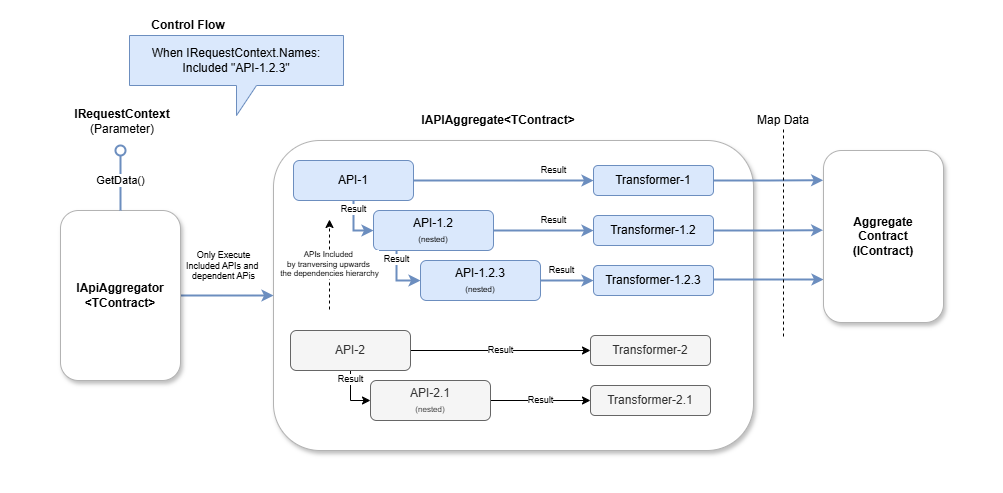
This is Images/ApiAggregator.ControlFlow.png from CodeShayk/ApiAggregator, a draw.io export, as it was before one commit. Source tidied: cells renumbered, new cells last; positions are measured from the earlier drawing's top-left corner, leaving out a move shared by most shapes.
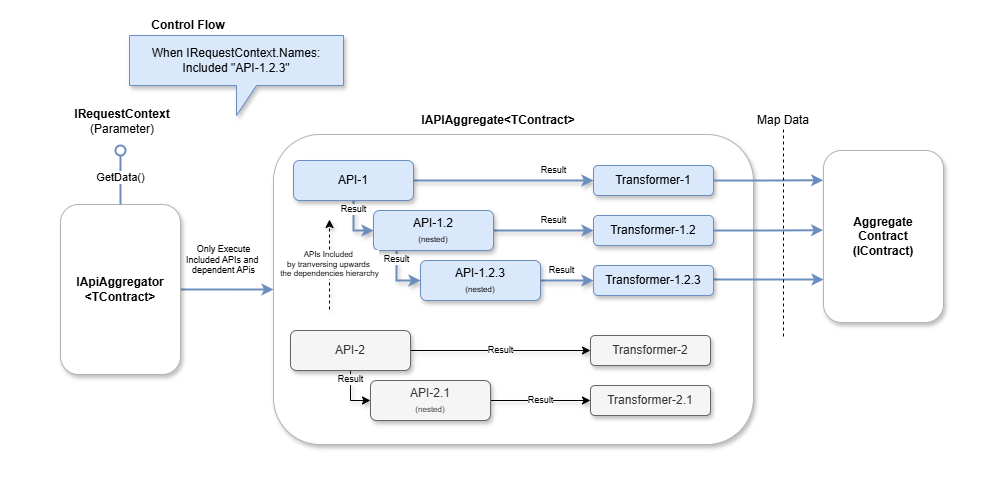
Later version of the same file.

The edit, as a diff of the source:
```diff
@@ -3,43 +3,43 @@
     <mxCell id="0" />
     <mxCell id="1" parent="0" />
     <mxCell id="2" style="rounded=1;whiteSpace=wrap;html=1;strokeColor=#B3B3B3;shadow=1;" parent="1" vertex="1">
-      <mxGeometry x="273" y="140" width="480" height="310" as="geometry" />
+      <mxGeometry x="273" y="134" width="480" height="310" as="geometry" />
     </mxCell>
     <mxCell id="3" value="IAPIAggregate&amp;lt;TContract&amp;gt;" style="text;html=1;align=center;verticalAlign=middle;whiteSpace=wrap;rounded=0;fontStyle=1;" parent="1" vertex="1">
       <mxGeometry x="443" y="105" width="110" height="30" as="geometry" />
     </mxCell>
-    <mxCell id="4" value="Result" style="edgeStyle=orthogonalEdgeStyle;rounded=0;jettySize=auto;html=1;fillColor=#dae8fc;strokeColor=#6c8ebf;strokeWidth=2;fontSize=9;" parent="1" edge="1" source="6" target="7">
+    <mxCell id="4" value="Result" style="edgeStyle=orthogonalEdgeStyle;rounded=0;jettySize=auto;html=1;fillColor=#dae8fc;strokeColor=#6c8ebf;strokeWidth=2;fontSize=9;shadow=1;" parent="1" edge="1" source="6" target="7">
       <mxGeometry x="0.56" y="10" relative="1" as="geometry" />
     </mxCell>
-    <mxCell id="5" value="Result" style="edgeStyle=orthogonalEdgeStyle;rounded=0;jettySize=auto;html=1;entryX=0;entryY=0.5;entryDx=0;entryDy=0;fillColor=#dae8fc;strokeColor=#6c8ebf;strokeWidth=2;fontSize=9;" parent="1" edge="1" source="6" target="10">
+    <mxCell id="5" value="Result" style="edgeStyle=orthogonalEdgeStyle;rounded=0;jettySize=auto;html=1;entryX=0;entryY=0.5;entryDx=0;entryDy=0;fillColor=#dae8fc;strokeColor=#6c8ebf;strokeWidth=2;fontSize=9;shadow=1;" parent="1" edge="1" source="6" target="10">
       <mxGeometry x="-0.64" relative="1" as="geometry">
         <Array as="points">
           <mxPoint x="353" y="230" />
         </Array>
       </mxGeometry>
     </mxCell>
-    <mxCell id="6" value="API-1" style="rounded=1;whiteSpace=wrap;html=1;fillColor=#dae8fc;strokeColor=#6c8ebf;" parent="1" vertex="1">
+    <mxCell id="6" value="API-1" style="rounded=1;whiteSpace=wrap;html=1;fillColor=#dae8fc;strokeColor=#6c8ebf;shadow=1;" parent="1" vertex="1">
       <mxGeometry x="293" y="160" width="120" height="40" as="geometry" />
     </mxCell>
-    <mxCell id="7" value="Transformer-1" style="rounded=1;whiteSpace=wrap;html=1;fillColor=#dae8fc;strokeColor=#6c8ebf;" parent="1" vertex="1">
+    <mxCell id="7" value="Transformer-1" style="rounded=1;whiteSpace=wrap;html=1;fillColor=#dae8fc;strokeColor=#6c8ebf;shadow=1;" parent="1" vertex="1">
       <mxGeometry x="593" y="165" width="120" height="30" as="geometry" />
     </mxCell>
-    <mxCell id="8" value="Result" style="edgeStyle=orthogonalEdgeStyle;rounded=0;jettySize=auto;html=1;fillColor=#dae8fc;strokeColor=#6c8ebf;strokeWidth=2;fontSize=9;" parent="1" edge="1" source="10" target="11">
+    <mxCell id="8" value="Result" style="edgeStyle=orthogonalEdgeStyle;rounded=0;jettySize=auto;html=1;fillColor=#dae8fc;strokeColor=#6c8ebf;strokeWidth=2;fontSize=9;shadow=1;" parent="1" edge="1" source="10" target="11">
       <mxGeometry x="0.2" y="10" relative="1" as="geometry" />
     </mxCell>
-    <mxCell id="9" value="Result" style="edgeStyle=orthogonalEdgeStyle;rounded=0;jettySize=auto;html=1;entryX=0;entryY=0.5;entryDx=0;entryDy=0;exitX=0.192;exitY=0.95;exitDx=0;exitDy=0;exitPerimeter=0;fillColor=#dae8fc;strokeColor=#6c8ebf;strokeWidth=2;fontSize=9;" parent="1" edge="1" source="10" target="13">
+    <mxCell id="9" value="Result" style="edgeStyle=orthogonalEdgeStyle;rounded=0;jettySize=auto;html=1;entryX=0;entryY=0.5;entryDx=0;entryDy=0;exitX=0.192;exitY=0.95;exitDx=0;exitDy=0;exitPerimeter=0;fillColor=#dae8fc;strokeColor=#6c8ebf;strokeWidth=2;fontSize=9;shadow=1;" parent="1" edge="1" source="10" target="13">
       <mxGeometry x="-0.59" relative="1" as="geometry" />
     </mxCell>
-    <mxCell id="10" value="API-1.2&lt;div&gt;&lt;font style=&quot;font-size: 8px;&quot;&gt;(nested)&lt;/font&gt;&lt;/div&gt;" style="rounded=1;whiteSpace=wrap;html=1;fillColor=#dae8fc;strokeColor=#6c8ebf;" parent="1" vertex="1">
+    <mxCell id="10" value="API-1.2&lt;div&gt;&lt;font style=&quot;font-size: 8px;&quot;&gt;(nested)&lt;/font&gt;&lt;/div&gt;" style="rounded=1;whiteSpace=wrap;html=1;fillColor=#dae8fc;strokeColor=#6c8ebf;shadow=1;" parent="1" vertex="1">
       <mxGeometry x="373" y="210" width="120" height="40" as="geometry" />
     </mxCell>
-    <mxCell id="11" value="Transformer-1.2" style="rounded=1;whiteSpace=wrap;html=1;fillColor=#dae8fc;strokeColor=#6c8ebf;" parent="1" vertex="1">
+    <mxCell id="11" value="Transformer-1.2" style="rounded=1;whiteSpace=wrap;html=1;fillColor=#dae8fc;strokeColor=#6c8ebf;shadow=1;" parent="1" vertex="1">
       <mxGeometry x="593" y="215" width="120" height="30" as="geometry" />
     </mxCell>
-    <mxCell id="12" value="Result" style="edgeStyle=orthogonalEdgeStyle;rounded=0;jettySize=auto;html=1;fillColor=#dae8fc;strokeColor=#6c8ebf;strokeWidth=2;fontSize=9;" parent="1" edge="1" source="13" target="15">
+    <mxCell id="12" value="Result" style="edgeStyle=orthogonalEdgeStyle;rounded=0;jettySize=auto;html=1;fillColor=#dae8fc;strokeColor=#6c8ebf;strokeWidth=2;fontSize=9;shadow=1;" parent="1" edge="1" source="13" target="15">
       <mxGeometry x="-0.2" y="10" relative="1" as="geometry" />
     </mxCell>
-    <mxCell id="13" value="API-1.2.3&lt;div&gt;&lt;font style=&quot;font-size: 8px;&quot;&gt;(nested)&lt;/font&gt;&lt;/div&gt;" style="rounded=1;whiteSpace=wrap;html=1;fillColor=#dae8fc;strokeColor=#6c8ebf;" parent="1" vertex="1">
+    <mxCell id="13" value="API-1.2.3&lt;div&gt;&lt;font style=&quot;font-size: 8px;&quot;&gt;(nested)&lt;/font&gt;&lt;/div&gt;" style="rounded=1;whiteSpace=wrap;html=1;fillColor=#dae8fc;strokeColor=#6c8ebf;shadow=1;" parent="1" vertex="1">
       <mxGeometry x="420" y="260" width="120" height="40" as="geometry" />
     </mxCell>
     <mxCell id="14" style="edgeStyle=orthogonalEdgeStyle;rounded=0;jettySize=auto;html=1;entryX=0;entryY=0.75;entryDx=0;entryDy=0;fillColor=#dae8fc;strokeColor=#6c8ebf;strokeWidth=2;" parent="1" edge="1" source="15" target="16">
@@ -50,7 +50,7 @@
         </Array>
       </mxGeometry>
     </mxCell>
-    <mxCell id="15" value="Transformer-1.2.3" style="rounded=1;whiteSpace=wrap;html=1;fillColor=#dae8fc;strokeColor=#6c8ebf;" parent="1" vertex="1">
+    <mxCell id="15" value="Transformer-1.2.3" style="rounded=1;whiteSpace=wrap;html=1;fillColor=#dae8fc;strokeColor=#6c8ebf;shadow=1;" parent="1" vertex="1">
       <mxGeometry x="593" y="265" width="120" height="30" as="geometry" />
     </mxCell>
     <mxCell id="16" value="Aggregate&lt;div&gt;Contract&lt;/div&gt;&lt;div&gt;(IContract)&lt;/div&gt;" style="rounded=1;whiteSpace=wrap;html=1;strokeColor=#B3B3B3;shadow=1;fontStyle=1;" parent="1" vertex="1">
@@ -75,37 +75,37 @@
       <mxGeometry x="-0.08" y="35" relative="1" as="geometry" />
     </mxCell>
     <mxCell id="22" value="IApiAggregator&lt;div&gt;&amp;lt;TContract&amp;gt;&lt;/div&gt;" style="rounded=1;whiteSpace=wrap;html=1;strokeColor=#B3B3B3;shadow=1;fontStyle=1;" parent="1" vertex="1">
-      <mxGeometry x="60" y="210" width="120" height="170" as="geometry" />
+      <mxGeometry x="60" y="204" width="120" height="170" as="geometry" />
     </mxCell>
-    <mxCell id="23" value="APIs Included&amp;nbsp;&lt;div style=&quot;font-size: 8px;&quot;&gt;by tranversing upwards&amp;nbsp;&lt;/div&gt;&lt;div style=&quot;font-size: 8px;&quot;&gt;the dependencies hierarchy&lt;/div&gt;" style="endArrow=classic;html=1;rounded=0;fontSize=8;dashed=1;" parent="1" edge="1">
+    <mxCell id="23" value="APIs Included&amp;nbsp;&lt;div style=&quot;font-size: 8px;&quot;&gt;by tranversing upwards&amp;nbsp;&lt;/div&gt;&lt;div style=&quot;font-size: 8px;&quot;&gt;the dependencies hierarchy&lt;/div&gt;" style="endArrow=classic;html=1;rounded=0;fontSize=8;dashed=1;shadow=1;" parent="1" edge="1">
       <mxGeometry relative="1" as="geometry">
         <mxPoint x="329" y="309" as="sourcePoint" />
         <mxPoint x="329" y="219" as="targetPoint" />
       </mxGeometry>
     </mxCell>
-    <mxCell id="24" value="Result" style="edgeStyle=orthogonalEdgeStyle;rounded=0;jettySize=auto;html=1;fontSize=9;" parent="1" edge="1" source="26" target="27">
+    <mxCell id="24" value="Result" style="edgeStyle=orthogonalEdgeStyle;rounded=0;jettySize=auto;html=1;fontSize=9;shadow=1;" parent="1" edge="1" source="26" target="27">
       <mxGeometry relative="1" as="geometry" />
     </mxCell>
-    <mxCell id="25" value="Result" style="edgeStyle=orthogonalEdgeStyle;rounded=0;jettySize=auto;html=1;entryX=0;entryY=0.5;entryDx=0;entryDy=0;fontSize=9;" parent="1" edge="1" source="26" target="29">
+    <mxCell id="25" value="Result" style="edgeStyle=orthogonalEdgeStyle;rounded=0;jettySize=auto;html=1;entryX=0;entryY=0.5;entryDx=0;entryDy=0;fontSize=9;shadow=1;" parent="1" edge="1" source="26" target="29">
       <mxGeometry x="-0.64" relative="1" as="geometry">
         <Array as="points">
           <mxPoint x="350" y="400" />
         </Array>
       </mxGeometry>
     </mxCell>
-    <mxCell id="26" value="API-2" style="rounded=1;whiteSpace=wrap;html=1;fillColor=#f5f5f5;fontColor=#333333;strokeColor=#666666;" parent="1" vertex="1">
+    <mxCell id="26" value="API-2" style="rounded=1;whiteSpace=wrap;html=1;fillColor=#f5f5f5;fontColor=#333333;strokeColor=#666666;shadow=1;" parent="1" vertex="1">
       <mxGeometry x="290" y="330" width="120" height="40" as="geometry" />
     </mxCell>
-    <mxCell id="27" value="Transformer-2" style="rounded=1;whiteSpace=wrap;html=1;fillColor=#f5f5f5;fontColor=#333333;strokeColor=#666666;" parent="1" vertex="1">
+    <mxCell id="27" value="Transformer-2" style="rounded=1;whiteSpace=wrap;html=1;fillColor=#f5f5f5;fontColor=#333333;strokeColor=#666666;shadow=1;" parent="1" vertex="1">
       <mxGeometry x="590" y="335" width="120" height="30" as="geometry" />
     </mxCell>
-    <mxCell id="28" value="Result" style="edgeStyle=orthogonalEdgeStyle;rounded=0;jettySize=auto;html=1;fontSize=9;" parent="1" edge="1" source="29" target="30">
+    <mxCell id="28" value="Result" style="edgeStyle=orthogonalEdgeStyle;rounded=0;jettySize=auto;html=1;fontSize=9;shadow=1;" parent="1" edge="1" source="29" target="30">
       <mxGeometry relative="1" as="geometry" />
     </mxCell>
-    <mxCell id="29" value="API-2.1&lt;div&gt;&lt;font style=&quot;font-size: 8px;&quot;&gt;(nested)&lt;/font&gt;&lt;/div&gt;" style="rounded=1;whiteSpace=wrap;html=1;fillColor=#f5f5f5;fontColor=#333333;strokeColor=#666666;" parent="1" vertex="1">
+    <mxCell id="29" value="API-2.1&lt;div&gt;&lt;font style=&quot;font-size: 8px;&quot;&gt;(nested)&lt;/font&gt;&lt;/div&gt;" style="rounded=1;whiteSpace=wrap;html=1;fillColor=#f5f5f5;fontColor=#333333;strokeColor=#666666;shadow=1;" parent="1" vertex="1">
       <mxGeometry x="370" y="380" width="120" height="40" as="geometry" />
     </mxCell>
-    <mxCell id="30" value="Transformer-2.1" style="rounded=1;whiteSpace=wrap;html=1;fillColor=#f5f5f5;fontColor=#333333;strokeColor=#666666;" parent="1" vertex="1">
+    <mxCell id="30" value="Transformer-2.1" style="rounded=1;whiteSpace=wrap;html=1;fillColor=#f5f5f5;fontColor=#333333;strokeColor=#666666;shadow=1;" parent="1" vertex="1">
       <mxGeometry x="590" y="385" width="120" height="30" as="geometry" />
     </mxCell>
     <mxCell id="31" value="GetData()" style="rounded=0;jettySize=auto;html=1;endArrow=oval;endFill=0;sketch=0;sourcePerimeterSpacing=0;targetPerimeterSpacing=0;endSize=10;exitX=0.5;exitY=0;exitDx=0;exitDy=0;fillColor=#dae8fc;strokeColor=#6c8ebf;strokeWidth=2;" parent="1" edge="1" source="22">
@@ -119,7 +119,7 @@
     <mxCell id="33" value="&lt;b&gt;IRequestContext&lt;/b&gt;&lt;div&gt;(Parameter)&lt;/div&gt;" style="text;html=1;align=center;verticalAlign=middle;whiteSpace=wrap;rounded=0;" parent="1" vertex="1">
       <mxGeometry x="62" y="106" width="120" height="30" as="geometry" />
     </mxCell>
-    <mxCell id="34" value="When IRequestContext.Names:&lt;div&gt;Included &quot;API-1.2.3&quot;&lt;/div&gt;" style="shape=callout;whiteSpace=wrap;html=1;perimeter=calloutPerimeter;fillColor=#dae8fc;strokeColor=#6c8ebf;" parent="1" vertex="1">
+    <mxCell id="34" value="When IRequestContext.Names:&lt;div&gt;Included &quot;API-1.2.3&quot;&lt;/div&gt;" style="shape=callout;whiteSpace=wrap;html=1;perimeter=calloutPerimeter;fillColor=#dae8fc;strokeColor=#6c8ebf;shadow=1;" parent="1" vertex="1">
       <mxGeometry x="129" y="35" width="214" height="80" as="geometry" />
     </mxCell>
     <mxCell id="35" value="Control Flow" style="text;html=1;align=center;verticalAlign=middle;whiteSpace=wrap;rounded=0;fontStyle=1;" parent="1" vertex="1">
```
